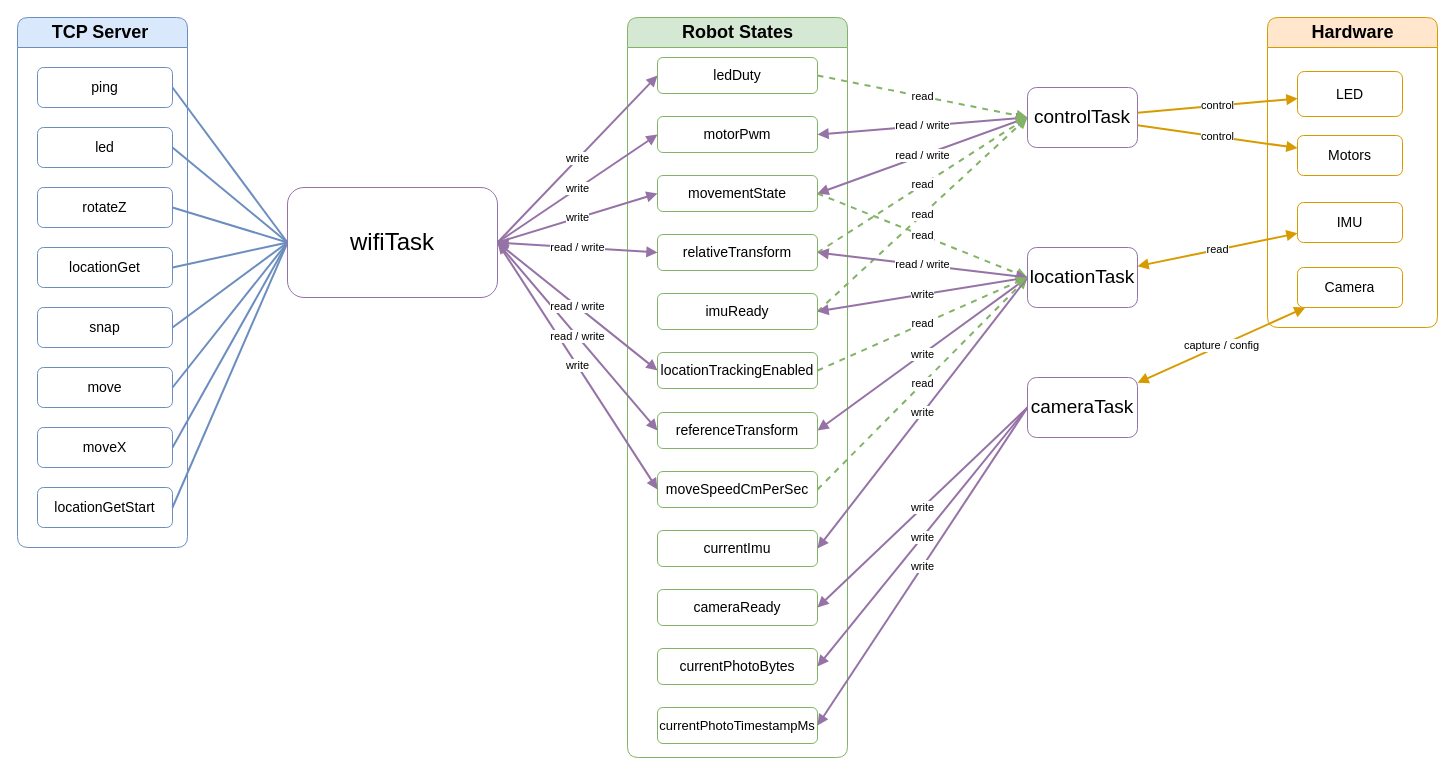
This is figures/robot_code_architecture.drawio from xzzc666/project-2-final-report, a draw.io file, before an edit. Source tidied: cells renumbered, new cells numbered last; positions are measured from the earlier drawing's top-left corner, leaving out a move shared by most shapes. Both pictures are drawn from the tidied source at 100%, with x=0, y=0 at pixel (17, 17).
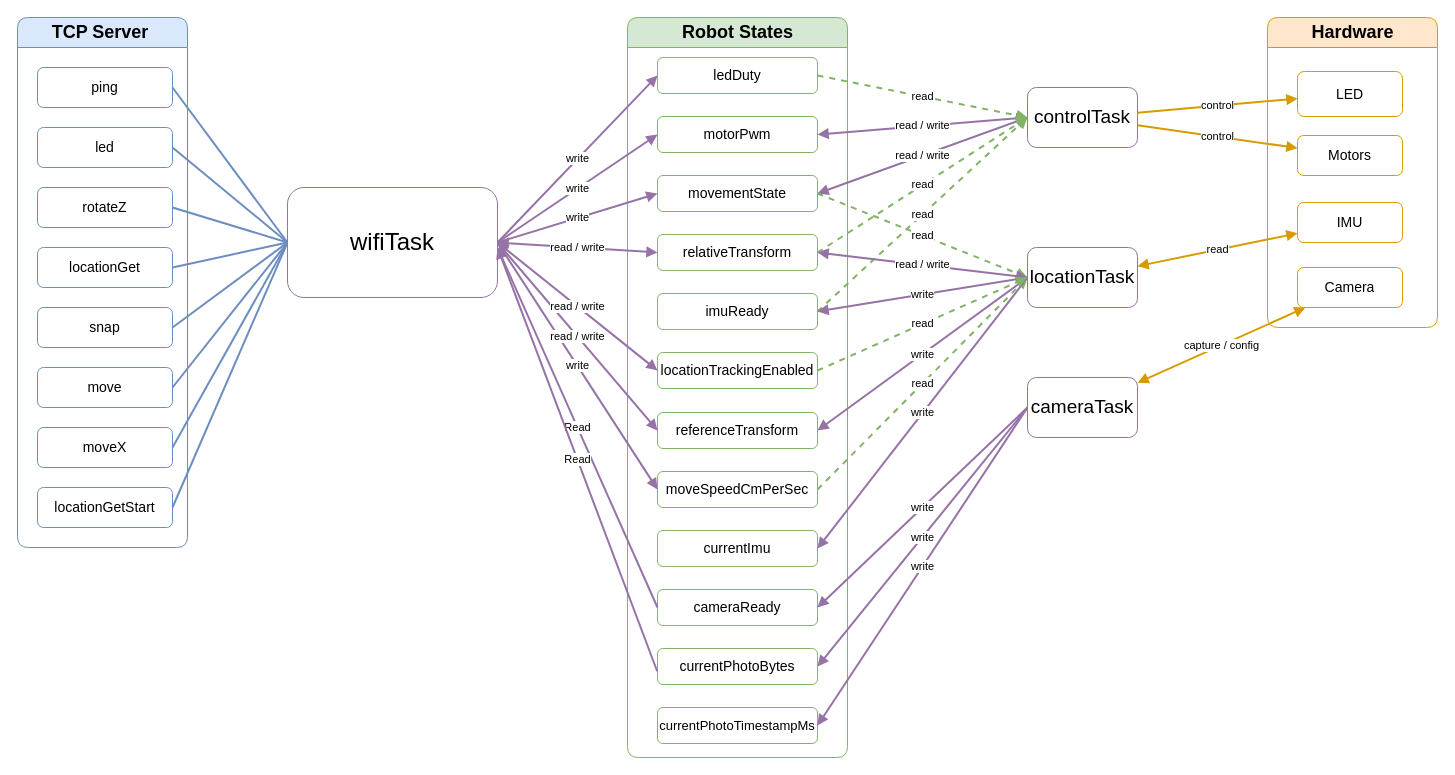
The same page after the edit.

The change refers to these unchanged cells:
```xml
<mxCell id="21" value="cameraReady" style="rounded=1;whiteSpace=wrap;html=1;fillColor=#ffffff;strokeColor=#82b366;fontSize=14;" parent="11" vertex="1">
  <mxGeometry x="30" y="572" width="160" height="36" as="geometry" />
</mxCell>
<mxCell id="22" value="currentPhotoBytes" style="rounded=1;whiteSpace=wrap;html=1;fillColor=#ffffff;strokeColor=#82b366;fontSize=14;" parent="11" vertex="1">
  <mxGeometry x="30" y="631" width="160" height="36" as="geometry" />
</mxCell>
```

What changed in the source:
```diff
@@
+    <mxCell id="67" value="Read" style="edgeStyle=none;html=1;rounded=0;endArrow=block;endFill=1;strokeColor=#9673a6;strokeWidth=2;exitX=0;exitY=0.5;exitDx=0;exitDy=0;" parent="1" edge="1" source="21">
+      <mxGeometry relative="1" as="geometry">
+        <mxPoint x="480" y="230" as="targetPoint" />
+      </mxGeometry>
+    </mxCell>
+    <mxCell id="68" value="Read" style="edgeStyle=none;html=1;rounded=0;endArrow=block;endFill=1;strokeColor=#9673a6;strokeWidth=2;exitX=-0.002;exitY=0.632;exitDx=0;exitDy=0;exitPerimeter=0;" parent="1" edge="1" source="22">
+      <mxGeometry relative="1" as="geometry">
+        <mxPoint x="480" y="230" as="targetPoint" />
+      </mxGeometry>
+    </mxCell>
```
